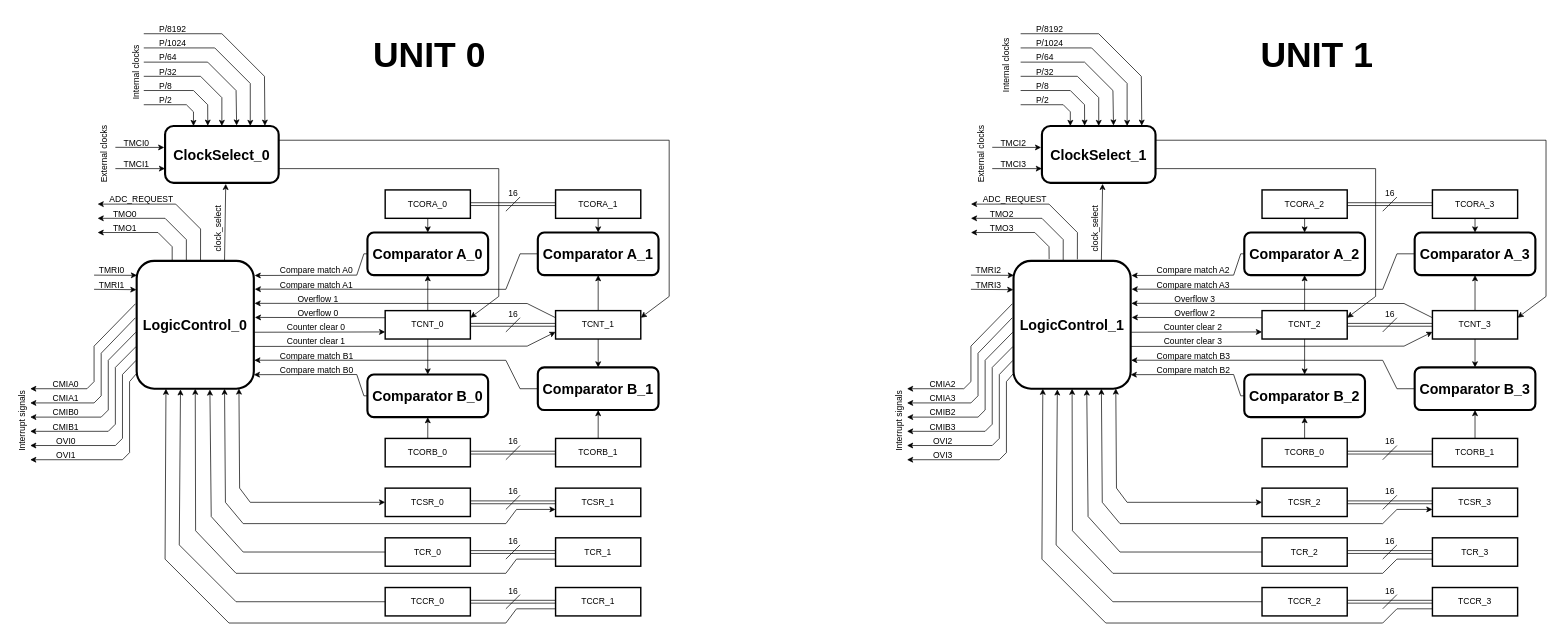
phat-tech123/8-bit-Timer keeps this draw.io diagram as 8bit_Timer.drawio. Above is the earlier version. Source tidied: cells renumbered, new cells numbered last; positions are measured from the earlier drawing's top-left corner, leaving out a move shared by most shapes. Both pictures are drawn from the tidied source at 71%, with x=0, y=0 at pixel (-16, 12).
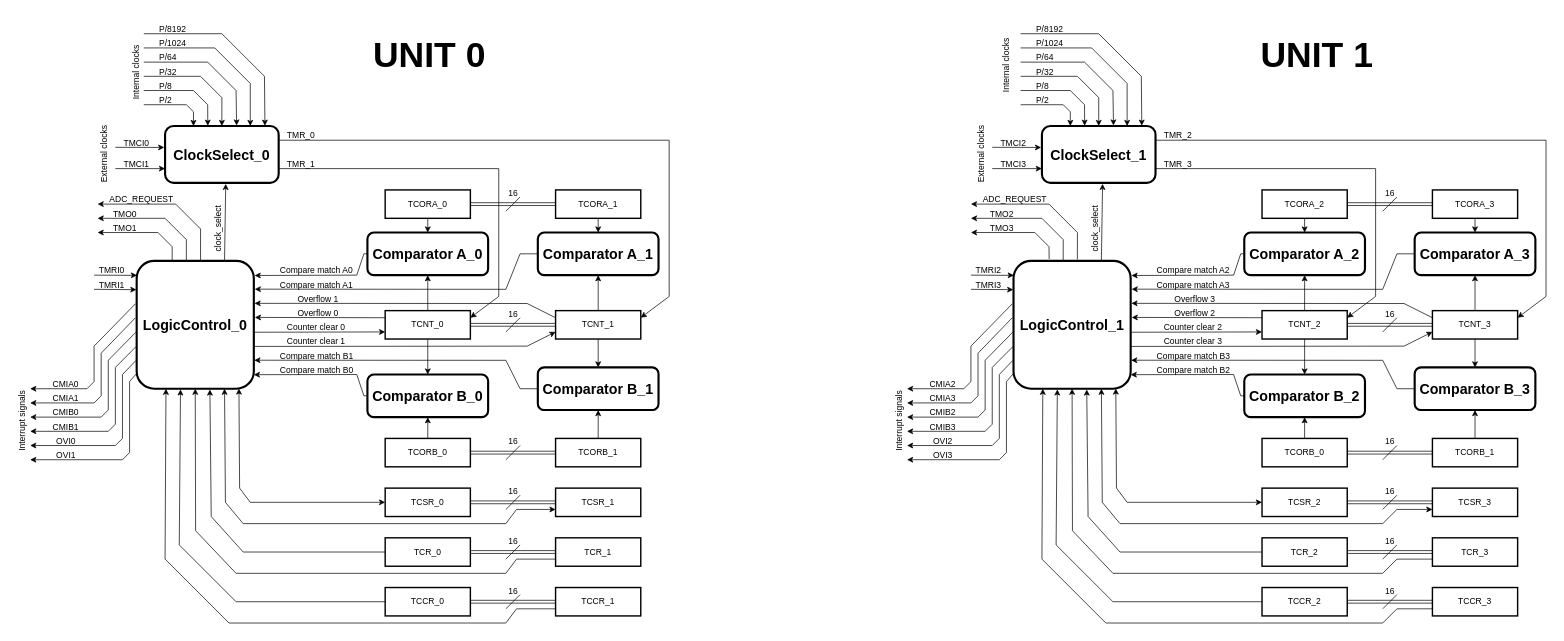
After the change.

The edit, as a diff of the source:
```diff
@@
+    <mxCell id="226" value="TMR_0&#10;" style="text;whiteSpace=wrap;" parent="1" vertex="1">
+      <mxGeometry x="425" y="160" width="70" height="40" as="geometry" />
+    </mxCell>
+    <mxCell id="227" value="TMR_1&#10;" style="text;whiteSpace=wrap;" parent="1" vertex="1">
+      <mxGeometry x="425" y="200" width="70" height="40" as="geometry" />
+    </mxCell>
+    <mxCell id="228" value="TMR_2&#10;" style="text;whiteSpace=wrap;" parent="1" vertex="1">
+      <mxGeometry x="1660" y="160" width="70" height="40" as="geometry" />
+    </mxCell>
+    <mxCell id="229" value="TMR_3&#10;" style="text;whiteSpace=wrap;" parent="1" vertex="1">
+      <mxGeometry x="1660" y="200" width="70" height="40" as="geometry" />
+    </mxCell>
```
